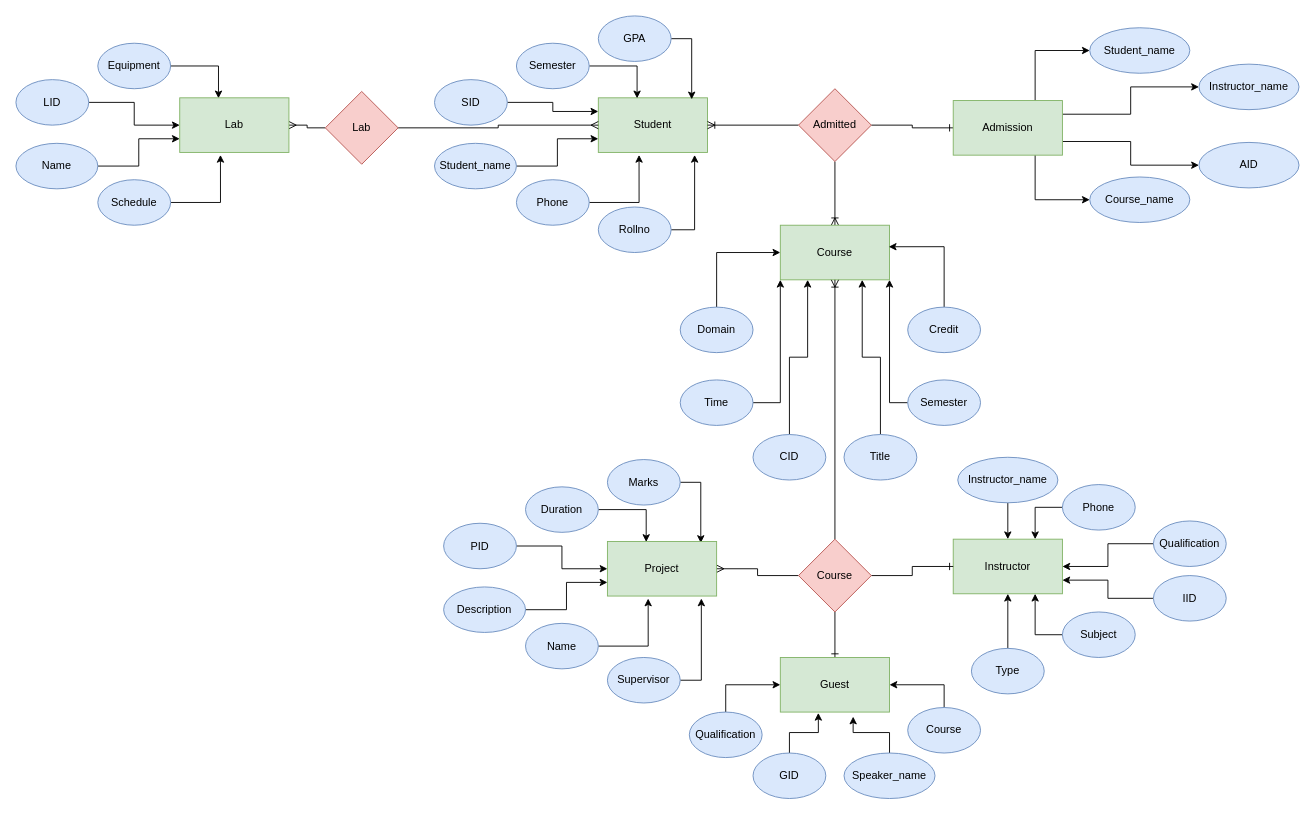
Above: database.drawio in sujalthakuri/h (draw.io), before the change. Source tidied: cells renumbered, new cells numbered last; positions are measured from the earlier drawing's top-left corner, leaving out a move shared by most shapes. Both pictures are drawn from the tidied source at 91%, with x=0, y=0 at pixel (15, 15).
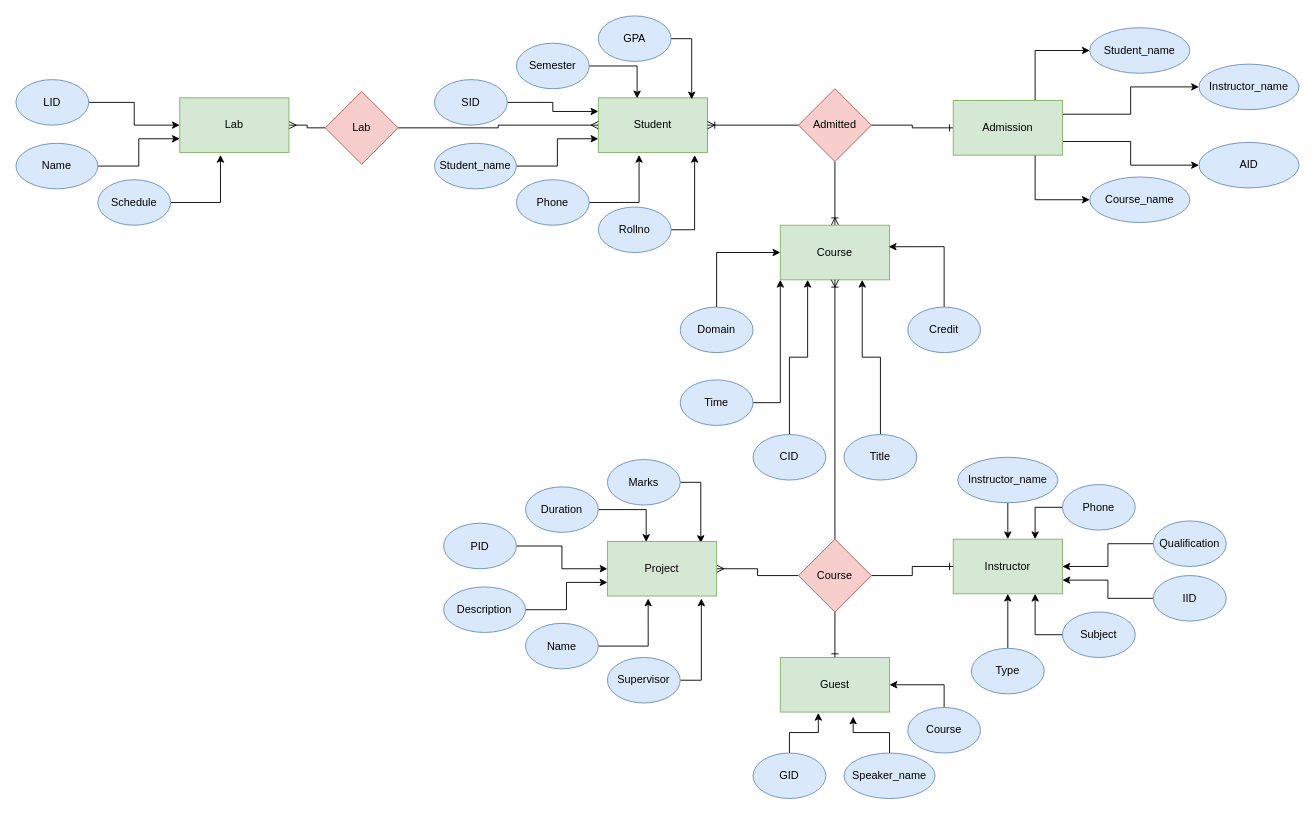
The same page after the edit.

Unchanged cells that the change refers to:
```xml
<mxCell id="32" value="Course" style="rounded=0;whiteSpace=wrap;html=1;fillColor=#d5e8d4;strokeColor=#82b366;" parent="1" vertex="1">
  <mxGeometry x="840" y="230" width="120" height="60" as="geometry" />
</mxCell>
<mxCell id="59" value="Guest" style="rounded=0;whiteSpace=wrap;html=1;fillColor=#d5e8d4;strokeColor=#82b366;" parent="1" vertex="1">
  <mxGeometry x="840" y="705" width="120" height="60" as="geometry" />
</mxCell>
<mxCell id="92" value="Lab" style="rounded=0;whiteSpace=wrap;html=1;fillColor=#d5e8d4;strokeColor=#82b366;" parent="1" vertex="1">
  <mxGeometry x="180" y="90" width="120" height="60" as="geometry" />
</mxCell>
```

The edit, as a diff of the source:
```diff
@@
-    <mxCell id="39" style="edgeStyle=orthogonalEdgeStyle;rounded=0;jettySize=auto;html=1;exitX=0;exitY=0.5;exitDx=0;exitDy=0;entryX=1;entryY=1;entryDx=0;entryDy=0;" parent="1" edge="1" source="40" target="32">
-      <mxGeometry relative="1" as="geometry" />
-    </mxCell>
-    <mxCell id="40" value="Semester" style="ellipse;whiteSpace=wrap;html=1;fillColor=#dae8fc;strokeColor=#6c8ebf;" parent="1" vertex="1">
-      <mxGeometry x="980" y="400" width="80" height="50" as="geometry" />
-    </mxCell>
@@
-    <mxCell id="64" style="edgeStyle=orthogonalEdgeStyle;rounded=0;jettySize=auto;html=1;exitX=0.5;exitY=0;exitDx=0;exitDy=0;entryX=0;entryY=0.5;entryDx=0;entryDy=0;" parent="1" edge="1" source="65" target="59">
-      <mxGeometry relative="1" as="geometry" />
-    </mxCell>
-    <mxCell id="65" value="Qualification" style="ellipse;whiteSpace=wrap;html=1;fillColor=#dae8fc;strokeColor=#6c8ebf;" parent="1" vertex="1">
-      <mxGeometry x="740" y="765" width="80" height="50" as="geometry" />
-    </mxCell>
@@
-    <mxCell id="88" style="edgeStyle=orthogonalEdgeStyle;rounded=0;jettySize=auto;html=1;exitX=1;exitY=0.5;exitDx=0;exitDy=0;entryX=0.355;entryY=0.009;entryDx=0;entryDy=0;entryPerimeter=0;" parent="1" edge="1" source="89" target="92">
-      <mxGeometry relative="1" as="geometry" />
-    </mxCell>
-    <mxCell id="89" value="Equipment" style="ellipse;whiteSpace=wrap;html=1;fillColor=#dae8fc;strokeColor=#6c8ebf;" parent="1" vertex="1">
-      <mxGeometry x="90" y="30" width="80" height="50" as="geometry" />
-    </mxCell>
```
